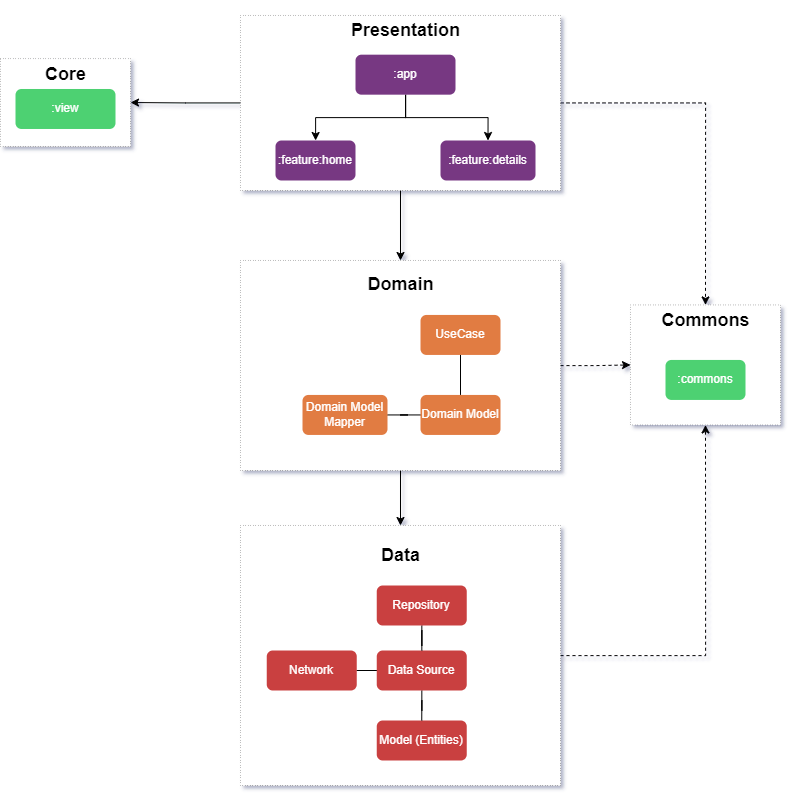
Earlier version of the draw.io export images/architecture.png (BadrAtt/Pokemon). Source tidied: cells renumbered, new cells last; positions are measured from the earlier drawing's top-left corner, leaving out a move shared by most shapes.
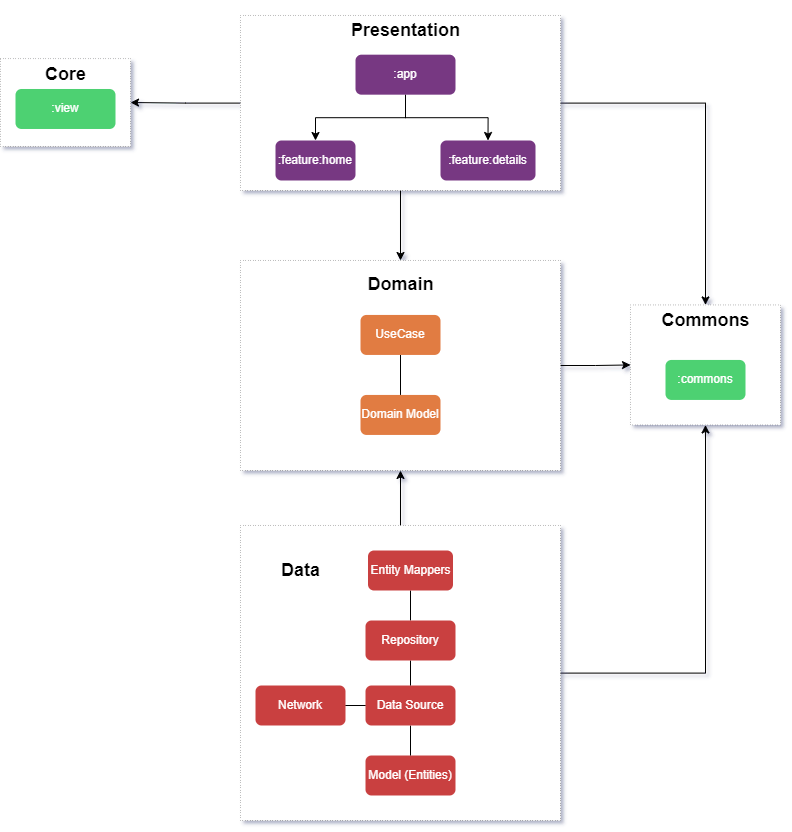
The same file after the commit.

What changed in the source:
```diff
@@ -8,7 +8,7 @@
     <mxCell id="3" style="edgeStyle=orthogonalEdgeStyle;rounded=0;jettySize=auto;html=1;entryX=0.5;entryY=0;entryDx=0;entryDy=0;labelBackgroundColor=none;fontColor=default;" parent="1" edge="1" source="5" target="18">
       <mxGeometry relative="1" as="geometry" />
     </mxCell>
-    <mxCell id="4" style="edgeStyle=orthogonalEdgeStyle;rounded=0;jettySize=auto;html=1;entryX=0.5;entryY=0;entryDx=0;entryDy=0;dashed=1;labelBackgroundColor=none;fontColor=default;" parent="1" edge="1" source="5" target="12">
+    <mxCell id="4" style="edgeStyle=orthogonalEdgeStyle;rounded=0;jettySize=auto;html=1;entryX=0.5;entryY=0;entryDx=0;entryDy=0;labelBackgroundColor=none;fontColor=default;" parent="1" edge="1" source="5" target="12">
       <mxGeometry relative="1" as="geometry" />
     </mxCell>
     <mxCell id="5" style="rounded=0;whiteSpace=wrap;html=1;strokeWidth=0.5;labelBackgroundColor=none;strokeColor=default;dashed=1;dashPattern=1 4;" parent="1" vertex="1">
@@ -44,12 +44,9 @@
     <mxCell id="15" style="edgeStyle=orthogonalEdgeStyle;rounded=0;orthogonalLoop=1;jettySize=auto;html=1;exitX=0.5;exitY=1;exitDx=0;exitDy=0;labelBackgroundColor=none;fontColor=default;" parent="1" edge="1" source="12" target="12">
       <mxGeometry relative="1" as="geometry" />
     </mxCell>
-    <mxCell id="16" style="edgeStyle=orthogonalEdgeStyle;rounded=0;jettySize=auto;html=1;entryX=0;entryY=0.5;entryDx=0;entryDy=0;dashed=1;labelBackgroundColor=none;fontColor=default;" parent="1" edge="1" source="18" target="12">
+    <mxCell id="16" style="edgeStyle=orthogonalEdgeStyle;rounded=0;jettySize=auto;html=1;entryX=0;entryY=0.5;entryDx=0;entryDy=0;labelBackgroundColor=none;fontColor=default;" parent="1" edge="1" source="18" target="12">
       <mxGeometry relative="1" as="geometry" />
     </mxCell>
-    <mxCell id="17" style="edgeStyle=orthogonalEdgeStyle;rounded=0;jettySize=auto;html=1;entryX=0.5;entryY=0;entryDx=0;entryDy=0;labelBackgroundColor=none;fontColor=default;" parent="1" edge="1" source="18" target="23">
-      <mxGeometry relative="1" as="geometry" />
-    </mxCell>
     <mxCell id="18" style="rounded=0;whiteSpace=wrap;html=1;glass=0;shadow=0;strokeWidth=0.5;labelBackgroundColor=none;strokeColor=default;dashed=1;dashPattern=1 4;" parent="1" vertex="1">
       <mxGeometry x="240" y="260" width="320" height="210" as="geometry" />
     </mxCell>
@@ -60,16 +57,19 @@
       <mxGeometry relative="1" as="geometry" />
     </mxCell>
     <mxCell id="21" value="UseCase" style="rounded=1;whiteSpace=wrap;html=1;labelBackgroundColor=none;fillColor=#E17B42;fontColor=#FFFFFF;strokeColor=none;" parent="1" vertex="1">
-      <mxGeometry x="420" y="314.4" width="80" height="40" as="geometry" />
+      <mxGeometry x="360" y="314.4" width="80" height="40" as="geometry" />
     </mxCell>
-    <mxCell id="22" style="edgeStyle=orthogonalEdgeStyle;rounded=0;jettySize=auto;html=1;entryX=0.5;entryY=1;entryDx=0;entryDy=0;dashed=1;labelBackgroundColor=none;fontColor=default;" parent="1" edge="1" source="23" target="12">
+    <mxCell id="22" style="edgeStyle=orthogonalEdgeStyle;rounded=0;jettySize=auto;html=1;entryX=0.5;entryY=1;entryDx=0;entryDy=0;labelBackgroundColor=none;fontColor=default;" parent="1" edge="1" source="23" target="12">
       <mxGeometry relative="1" as="geometry" />
     </mxCell>
+    <mxCell id="39" style="edgeStyle=orthogonalEdgeStyle;rounded=0;jettySize=auto;html=1;entryX=0.5;entryY=1;entryDx=0;entryDy=0;" parent="1" edge="1" source="23" target="18">
+      <mxGeometry relative="1" as="geometry" />
+    </mxCell>
     <mxCell id="23" style="rounded=0;whiteSpace=wrap;html=1;strokeWidth=0.5;labelBackgroundColor=none;strokeColor=default;shadow=0;dashed=1;dashPattern=1 4;" parent="1" vertex="1">
-      <mxGeometry x="240" y="525" width="320" height="260" as="geometry" />
+      <mxGeometry x="240" y="525" width="320" height="295" as="geometry" />
     </mxCell>
     <mxCell id="24" value="&lt;h2&gt;&lt;b&gt;Data&lt;/b&gt;&lt;/h2&gt;" style="text;html=1;align=center;verticalAlign=middle;strokeColor=none;fillColor=none;rounded=0;labelBackgroundColor=none;" parent="1" vertex="1">
-      <mxGeometry x="370" y="525" width="60" height="60" as="geometry" />
+      <mxGeometry x="270" y="540" width="60" height="60" as="geometry" />
     </mxCell>
     <mxCell id="25" style="rounded=0;whiteSpace=wrap;html=1;strokeWidth=0.5;labelBackgroundColor=none;strokeColor=default;dashed=1;dashPattern=1 4;" parent="1" vertex="1">
       <mxGeometry y="58.1" width="130" height="87.9" as="geometry" />
@@ -81,7 +81,7 @@
       <mxGeometry x="35" y="44.2" width="60" height="60" as="geometry" />
     </mxCell>
     <mxCell id="28" value="Model (Entities)" style="rounded=1;whiteSpace=wrap;html=1;labelBackgroundColor=none;fontColor=#FFFFFF;strokeColor=none;fillColor=#C94040;" parent="1" vertex="1">
-      <mxGeometry x="376.2" y="720" width="90" height="40" as="geometry" />
+      <mxGeometry x="365" y="755" width="90" height="40" as="geometry" />
     </mxCell>
     <mxCell id="29" style="edgeStyle=orthogonalEdgeStyle;rounded=0;jettySize=auto;html=1;entryX=0.5;entryY=0;entryDx=0;entryDy=0;endArrow=none;endFill=0;labelBackgroundColor=none;fontColor=default;" parent="1" edge="1" source="31" target="28">
       <mxGeometry relative="1" as="geometry" />
@@ -90,25 +90,25 @@
       <mxGeometry relative="1" as="geometry" />
     </mxCell>
     <mxCell id="31" value="Data Source" style="rounded=1;whiteSpace=wrap;html=1;labelBackgroundColor=none;strokeColor=none;fillColor=#C94040;fontColor=#FFFFFF;" parent="1" vertex="1">
-      <mxGeometry x="376.2" y="650" width="90" height="40" as="geometry" />
+      <mxGeometry x="365" y="685" width="90" height="40" as="geometry" />
     </mxCell>
     <mxCell id="32" style="edgeStyle=orthogonalEdgeStyle;rounded=0;jettySize=auto;html=1;curved=0;endArrow=none;endFill=0;labelBackgroundColor=none;fontColor=default;" parent="1" edge="1" source="33" target="31">
       <mxGeometry relative="1" as="geometry" />
     </mxCell>
+    <mxCell id="40" style="edgeStyle=orthogonalEdgeStyle;rounded=0;jettySize=auto;html=1;exitX=0.5;exitY=0;exitDx=0;exitDy=0;entryX=0.5;entryY=1;entryDx=0;entryDy=0;endArrow=none;endFill=0;" parent="1" edge="1" source="33" target="37">
+      <mxGeometry relative="1" as="geometry" />
+    </mxCell>
     <mxCell id="33" value="Repository" style="rounded=1;whiteSpace=wrap;html=1;labelBackgroundColor=none;fontColor=#FFFFFF;strokeColor=none;fillColor=#c94040;" parent="1" vertex="1">
-      <mxGeometry x="376.2" y="585" width="90" height="40" as="geometry" />
+      <mxGeometry x="365" y="620" width="90" height="40" as="geometry" />
     </mxCell>
     <mxCell id="34" value="Network" style="rounded=1;whiteSpace=wrap;html=1;labelBackgroundColor=none;strokeColor=none;fillColor=#C94040;fontColor=#FFFFFF;" parent="1" vertex="1">
-      <mxGeometry x="266.2" y="650" width="90" height="40" as="geometry" />
+      <mxGeometry x="255" y="685" width="90" height="40" as="geometry" />
     </mxCell>
-    <mxCell id="35" style="edgeStyle=orthogonalEdgeStyle;rounded=0;jettySize=auto;html=1;entryX=1;entryY=0.5;entryDx=0;entryDy=0;endArrow=none;endFill=0;labelBackgroundColor=none;fontColor=default;" parent="1" edge="1" source="36" target="37">
-      <mxGeometry relative="1" as="geometry" />
-    </mxCell>
     <mxCell id="36" value="Domain Model" style="rounded=1;whiteSpace=wrap;html=1;labelBackgroundColor=none;strokeColor=none;fillColor=#E17B42;fontColor=#FFFFFF;" parent="1" vertex="1">
-      <mxGeometry x="420" y="394.4" width="80" height="40" as="geometry" />
+      <mxGeometry x="360" y="394.4" width="80" height="40" as="geometry" />
     </mxCell>
-    <mxCell id="37" value="Domain Model Mapper" style="rounded=1;whiteSpace=wrap;html=1;labelBackgroundColor=none;strokeColor=none;fillColor=#E17B42;fontColor=#FFFFFF;" parent="1" vertex="1">
-      <mxGeometry x="302" y="394.4" width="85" height="40" as="geometry" />
+    <mxCell id="37" value="Entity Mappers" style="rounded=1;whiteSpace=wrap;html=1;labelBackgroundColor=none;strokeColor=none;fillColor=#C94040;fontColor=#FFFFFF;" parent="1" vertex="1">
+      <mxGeometry x="367.5" y="550" width="85" height="40" as="geometry" />
     </mxCell>
     <mxCell id="38" style="edgeStyle=orthogonalEdgeStyle;rounded=0;orthogonalLoop=1;jettySize=auto;html=1;exitX=0.5;exitY=1;exitDx=0;exitDy=0;labelBackgroundColor=none;fontColor=default;" parent="1" edge="1" source="25" target="25">
       <mxGeometry relative="1" as="geometry" />
```
